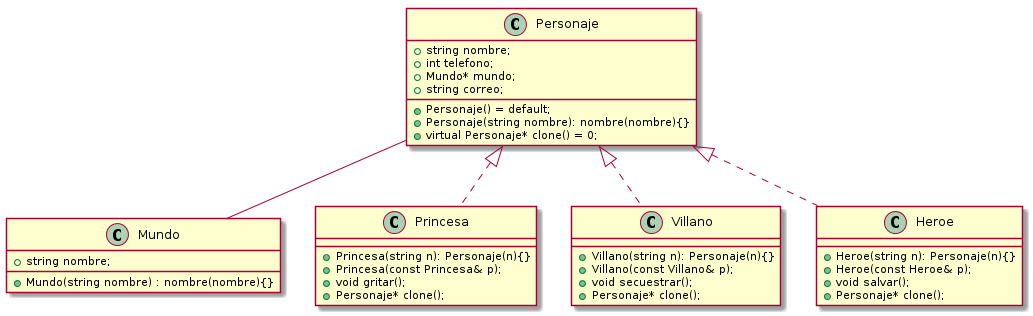
This is Clase/Prototype/classPrototype.png from ArturoBurela/AMSS, a PlantUML export, as it was before one commit. Source of this version:
```plantuml
@startuml
Class Mundo {
  +Mundo(string nombre) : nombre(nombre){}
  +string nombre;
}

Class Personaje{
      +Personaje() = default;
      +Personaje(string nombre): nombre(nombre){}
      +string nombre;
      +int telefono;
      +Mundo* mundo;
      +string correo;
      +virtual Personaje* clone() = 0;
}

Class Princesa {
    +Princesa(string n): Personaje(n){}
    +Princesa(const Princesa& p);
    +void gritar();
    +Personaje* clone();
}

Class Villano {
  +Villano(string n): Personaje(n){}
  +Villano(const Villano& p);
  +void secuestrar();
  +Personaje* clone();
}

Class Heroe {
  +Heroe(string n): Personaje(n){}
  +Heroe(const Heroe& p);
  +void salvar();
  +Personaje* clone();
}

Personaje <|.. Heroe
Personaje <|.. Princesa
Personaje <|.. Villano
Personaje -- Mundo

@enduml
```
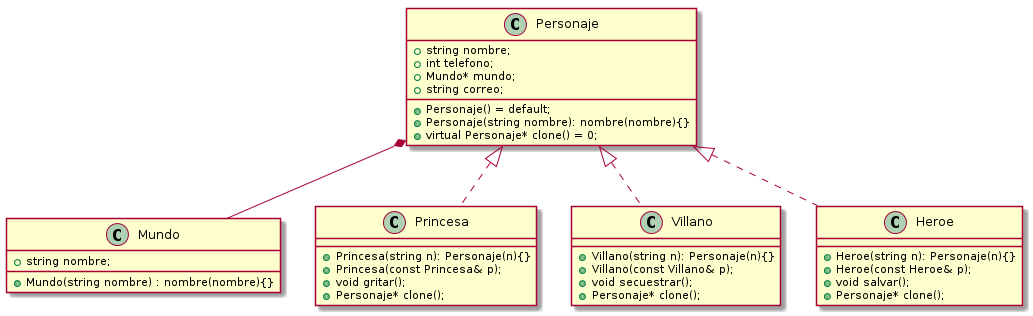
The same diagram one commit later.

Change to the diagram source:
```diff
@@ -38,6 +38,6 @@
 Personaje <|.. Heroe
 Personaje <|.. Princesa
 Personaje <|.. Villano
-Personaje -- Mundo
+Personaje *-- Mundo
 
 @enduml
```
